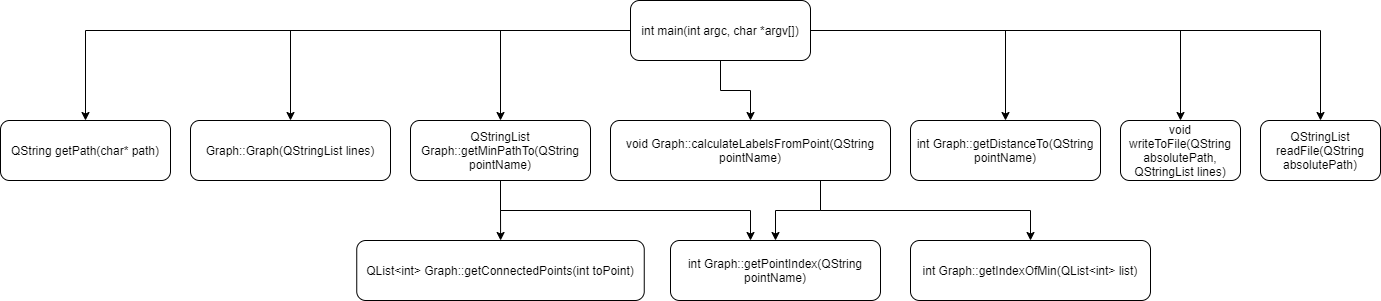
This is call_diagram.png from Minebot17/PathFinder, a draw.io export, as it was before one commit. Source tidied: cells renumbered, new cells last; positions are measured from the earlier drawing's top-left corner, leaving out a move shared by most shapes. Its diagram source:
```xml
<mxGraphModel>
  <root>
    <mxCell id="0" />
    <mxCell id="1" parent="0" />
    <mxCell id="2" value="QStringList readFile(QString absolutePath)" style="rounded=1;whiteSpace=wrap;html=1;" parent="1" vertex="1">
      <mxGeometry x="1260" y="120" width="120" height="60" as="geometry" />
    </mxCell>
    <mxCell id="3" value="int Graph::getDistanceTo(QString pointName)" style="rounded=1;whiteSpace=wrap;html=1;" parent="1" vertex="1">
      <mxGeometry x="910" y="120" width="190" height="60" as="geometry" />
    </mxCell>
    <mxCell id="4" value="QString getPath(char* path)" style="rounded=1;whiteSpace=wrap;html=1;" parent="1" vertex="1">
      <mxGeometry y="120" width="170" height="60" as="geometry" />
    </mxCell>
    <mxCell id="5" value="void writeToFile(QString absolutePath, QStringList lines)" style="rounded=1;whiteSpace=wrap;html=1;" parent="1" vertex="1">
      <mxGeometry x="1120" y="120" width="120" height="60" as="geometry" />
    </mxCell>
    <mxCell id="6" style="edgeStyle=orthogonalEdgeStyle;rounded=0;jettySize=auto;html=1;exitX=0;exitY=0.5;exitDx=0;exitDy=0;" parent="1" edge="1" source="13" target="4">
      <mxGeometry relative="1" as="geometry" />
    </mxCell>
    <mxCell id="7" style="edgeStyle=orthogonalEdgeStyle;rounded=0;jettySize=auto;html=1;exitX=0;exitY=0.5;exitDx=0;exitDy=0;" parent="1" edge="1" source="13" target="22">
      <mxGeometry relative="1" as="geometry" />
    </mxCell>
    <mxCell id="8" style="edgeStyle=orthogonalEdgeStyle;rounded=0;jettySize=auto;html=1;exitX=0;exitY=0.5;exitDx=0;exitDy=0;" parent="1" edge="1" source="13" target="18">
      <mxGeometry relative="1" as="geometry" />
    </mxCell>
    <mxCell id="9" style="edgeStyle=orthogonalEdgeStyle;rounded=0;jettySize=auto;html=1;exitX=0.5;exitY=1;exitDx=0;exitDy=0;" parent="1" edge="1" source="13" target="21">
      <mxGeometry relative="1" as="geometry" />
    </mxCell>
    <mxCell id="10" style="edgeStyle=orthogonalEdgeStyle;rounded=0;jettySize=auto;html=1;exitX=1;exitY=0.5;exitDx=0;exitDy=0;" parent="1" edge="1" source="13" target="2">
      <mxGeometry relative="1" as="geometry" />
    </mxCell>
    <mxCell id="11" style="edgeStyle=orthogonalEdgeStyle;rounded=0;jettySize=auto;html=1;exitX=1;exitY=0.5;exitDx=0;exitDy=0;" parent="1" edge="1" source="13" target="3">
      <mxGeometry relative="1" as="geometry" />
    </mxCell>
    <mxCell id="12" style="edgeStyle=orthogonalEdgeStyle;rounded=0;jettySize=auto;html=1;exitX=1;exitY=0.5;exitDx=0;exitDy=0;" parent="1" edge="1" source="13" target="5">
      <mxGeometry relative="1" as="geometry" />
    </mxCell>
    <mxCell id="13" value="int main(int argc, char *argv[])" style="rounded=1;whiteSpace=wrap;html=1;" parent="1" vertex="1">
      <mxGeometry x="630" width="180" height="60" as="geometry" />
    </mxCell>
    <mxCell id="14" value="int Graph::getIndexOfMin(QList&amp;lt;int&amp;gt; list)" style="rounded=1;whiteSpace=wrap;html=1;" parent="1" vertex="1">
      <mxGeometry x="910" y="240" width="240" height="60" as="geometry" />
    </mxCell>
    <mxCell id="15" value="int Graph::getPointIndex(QString pointName)" style="rounded=1;whiteSpace=wrap;html=1;" parent="1" vertex="1">
      <mxGeometry x="670" y="240" width="210" height="60" as="geometry" />
    </mxCell>
    <mxCell id="16" style="edgeStyle=orthogonalEdgeStyle;rounded=0;jettySize=auto;html=1;exitX=0.5;exitY=1;exitDx=0;exitDy=0;" parent="1" edge="1" source="18" target="23">
      <mxGeometry relative="1" as="geometry" />
    </mxCell>
    <mxCell id="17" style="edgeStyle=orthogonalEdgeStyle;rounded=0;jettySize=auto;html=1;exitX=0.5;exitY=1;exitDx=0;exitDy=0;" parent="1" edge="1" source="18" target="15">
      <mxGeometry relative="1" as="geometry">
        <Array as="points">
          <mxPoint x="500" y="210" />
          <mxPoint x="750" y="210" />
        </Array>
      </mxGeometry>
    </mxCell>
    <mxCell id="18" value="QStringList Graph::getMinPathTo(QString pointName)" style="rounded=1;whiteSpace=wrap;html=1;" parent="1" vertex="1">
      <mxGeometry x="410" y="120" width="180" height="60" as="geometry" />
    </mxCell>
    <mxCell id="19" style="edgeStyle=orthogonalEdgeStyle;rounded=0;jettySize=auto;html=1;exitX=0.75;exitY=1;exitDx=0;exitDy=0;" parent="1" edge="1" source="21" target="15">
      <mxGeometry relative="1" as="geometry" />
    </mxCell>
    <mxCell id="20" style="edgeStyle=orthogonalEdgeStyle;rounded=0;jettySize=auto;html=1;exitX=0.75;exitY=1;exitDx=0;exitDy=0;" parent="1" edge="1" source="21" target="14">
      <mxGeometry relative="1" as="geometry" />
    </mxCell>
    <mxCell id="21" value="void Graph::calculateLabelsFromPoint(QString pointName)" style="rounded=1;whiteSpace=wrap;html=1;" parent="1" vertex="1">
      <mxGeometry x="610" y="120" width="280" height="60" as="geometry" />
    </mxCell>
    <mxCell id="22" value="Graph::Graph(QStringList lines)" style="rounded=1;whiteSpace=wrap;html=1;" parent="1" vertex="1">
      <mxGeometry x="190" y="120" width="200" height="60" as="geometry" />
    </mxCell>
    <mxCell id="23" value="QList&amp;lt;int&amp;gt; Graph::getConnectedPoints(int toPoint)" style="rounded=1;whiteSpace=wrap;html=1;" parent="1" vertex="1">
      <mxGeometry x="356.2" y="240" width="287.5" height="60" as="geometry" />
    </mxCell>
  </root>
</mxGraphModel>
```
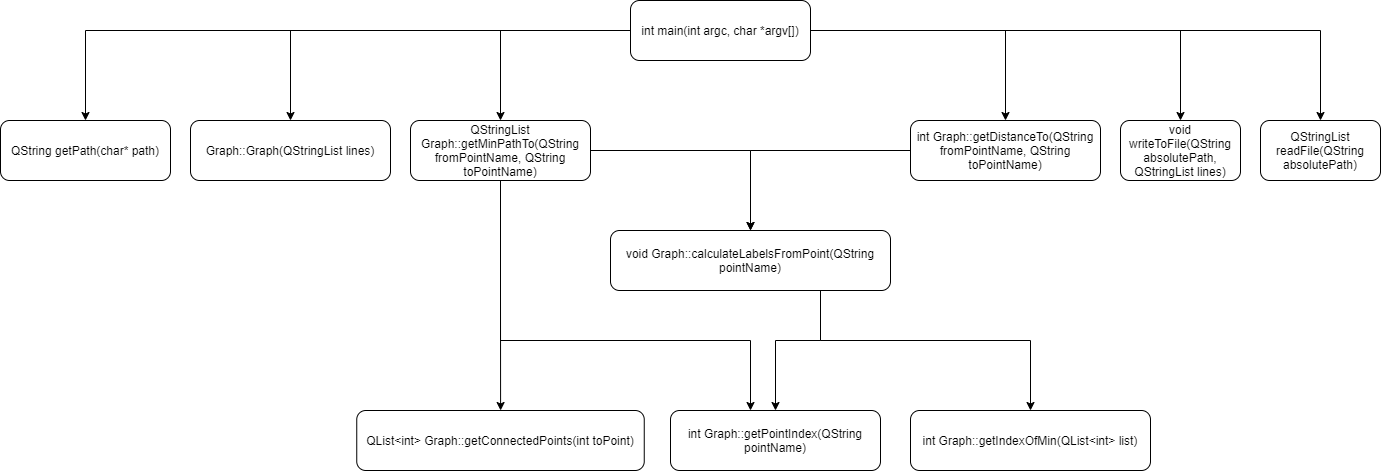
The same diagram one commit later.

The edit, as a diff of the source:
```diff
@@ -5,7 +5,10 @@
     <mxCell id="2" value="QStringList readFile(QString absolutePath)" style="rounded=1;whiteSpace=wrap;html=1;" parent="1" vertex="1">
       <mxGeometry x="1260" y="120" width="120" height="60" as="geometry" />
     </mxCell>
+    <mxCell id="24" style="edgeStyle=orthogonalEdgeStyle;rounded=0;jettySize=auto;html=1;exitX=0;exitY=0.5;exitDx=0;exitDy=0;" parent="1" edge="1" source="3" target="21">
+      <mxGeometry relative="1" as="geometry" />
+    </mxCell>
-    <mxCell id="3" value="int Graph::getDistanceTo(QString pointName)" style="rounded=1;whiteSpace=wrap;html=1;" parent="1" vertex="1">
+    <mxCell id="3" value="int Graph::getDistanceTo(QString fromPointName, QString toPointName)" style="rounded=1;whiteSpace=wrap;html=1;" parent="1" vertex="1">
       <mxGeometry x="910" y="120" width="190" height="60" as="geometry" />
     </mxCell>
     <mxCell id="4" value="QString getPath(char* path)" style="rounded=1;whiteSpace=wrap;html=1;" parent="1" vertex="1">
@@ -23,9 +26,6 @@
     <mxCell id="8" style="edgeStyle=orthogonalEdgeStyle;rounded=0;jettySize=auto;html=1;exitX=0;exitY=0.5;exitDx=0;exitDy=0;" parent="1" edge="1" source="13" target="18">
       <mxGeometry relative="1" as="geometry" />
     </mxCell>
-    <mxCell id="9" style="edgeStyle=orthogonalEdgeStyle;rounded=0;jettySize=auto;html=1;exitX=0.5;exitY=1;exitDx=0;exitDy=0;" parent="1" edge="1" source="13" target="21">
-      <mxGeometry relative="1" as="geometry" />
-    </mxCell>
     <mxCell id="10" style="edgeStyle=orthogonalEdgeStyle;rounded=0;jettySize=auto;html=1;exitX=1;exitY=0.5;exitDx=0;exitDy=0;" parent="1" edge="1" source="13" target="2">
       <mxGeometry relative="1" as="geometry" />
     </mxCell>
@@ -39,10 +39,10 @@
       <mxGeometry x="630" width="180" height="60" as="geometry" />
     </mxCell>
     <mxCell id="14" value="int Graph::getIndexOfMin(QList&amp;lt;int&amp;gt; list)" style="rounded=1;whiteSpace=wrap;html=1;" parent="1" vertex="1">
-      <mxGeometry x="910" y="240" width="240" height="60" as="geometry" />
+      <mxGeometry x="910" y="410" width="240" height="60" as="geometry" />
     </mxCell>
     <mxCell id="15" value="int Graph::getPointIndex(QString pointName)" style="rounded=1;whiteSpace=wrap;html=1;" parent="1" vertex="1">
-      <mxGeometry x="670" y="240" width="210" height="60" as="geometry" />
+      <mxGeometry x="670" y="410" width="210" height="60" as="geometry" />
     </mxCell>
     <mxCell id="16" style="edgeStyle=orthogonalEdgeStyle;rounded=0;jettySize=auto;html=1;exitX=0.5;exitY=1;exitDx=0;exitDy=0;" parent="1" edge="1" source="18" target="23">
       <mxGeometry relative="1" as="geometry" />
@@ -50,28 +50,41 @@
     <mxCell id="17" style="edgeStyle=orthogonalEdgeStyle;rounded=0;jettySize=auto;html=1;exitX=0.5;exitY=1;exitDx=0;exitDy=0;" parent="1" edge="1" source="18" target="15">
       <mxGeometry relative="1" as="geometry">
         <Array as="points">
-          <mxPoint x="500" y="210" />
-          <mxPoint x="750" y="210" />
+          <mxPoint x="500" y="340" />
+          <mxPoint x="750" y="340" />
         </Array>
       </mxGeometry>
     </mxCell>
+    <mxCell id="25" style="edgeStyle=orthogonalEdgeStyle;rounded=0;jettySize=auto;html=1;exitX=1;exitY=0.5;exitDx=0;exitDy=0;" parent="1" edge="1" source="18" target="21">
+      <mxGeometry relative="1" as="geometry" />
+    </mxCell>
-    <mxCell id="18" value="QStringList Graph::getMinPathTo(QString pointName)" style="rounded=1;whiteSpace=wrap;html=1;" parent="1" vertex="1">
+    <mxCell id="18" value="QStringList Graph::getMinPathTo(QString fromPointName, QString toPointName)" style="rounded=1;whiteSpace=wrap;html=1;" parent="1" vertex="1">
       <mxGeometry x="410" y="120" width="180" height="60" as="geometry" />
     </mxCell>
     <mxCell id="19" style="edgeStyle=orthogonalEdgeStyle;rounded=0;jettySize=auto;html=1;exitX=0.75;exitY=1;exitDx=0;exitDy=0;" parent="1" edge="1" source="21" target="15">
-      <mxGeometry relative="1" as="geometry" />
+      <mxGeometry relative="1" as="geometry">
+        <Array as="points">
+          <mxPoint x="820" y="340" />
+          <mxPoint x="775" y="340" />
+        </Array>
+      </mxGeometry>
     </mxCell>
     <mxCell id="20" style="edgeStyle=orthogonalEdgeStyle;rounded=0;jettySize=auto;html=1;exitX=0.75;exitY=1;exitDx=0;exitDy=0;" parent="1" edge="1" source="21" target="14">
-      <mxGeometry relative="1" as="geometry" />
+      <mxGeometry relative="1" as="geometry">
+        <Array as="points">
+          <mxPoint x="820" y="340" />
+          <mxPoint x="1030" y="340" />
+        </Array>
+      </mxGeometry>
     </mxCell>
     <mxCell id="21" value="void Graph::calculateLabelsFromPoint(QString pointName)" style="rounded=1;whiteSpace=wrap;html=1;" parent="1" vertex="1">
-      <mxGeometry x="610" y="120" width="280" height="60" as="geometry" />
+      <mxGeometry x="610" y="230" width="280" height="60" as="geometry" />
     </mxCell>
     <mxCell id="22" value="Graph::Graph(QStringList lines)" style="rounded=1;whiteSpace=wrap;html=1;" parent="1" vertex="1">
       <mxGeometry x="190" y="120" width="200" height="60" as="geometry" />
     </mxCell>
     <mxCell id="23" value="QList&amp;lt;int&amp;gt; Graph::getConnectedPoints(int toPoint)" style="rounded=1;whiteSpace=wrap;html=1;" parent="1" vertex="1">
-      <mxGeometry x="356.2" y="240" width="287.5" height="60" as="geometry" />
+      <mxGeometry x="356.2" y="410" width="287.5" height="60" as="geometry" />
     </mxCell>
   </root>
 </mxGraphModel>
```
